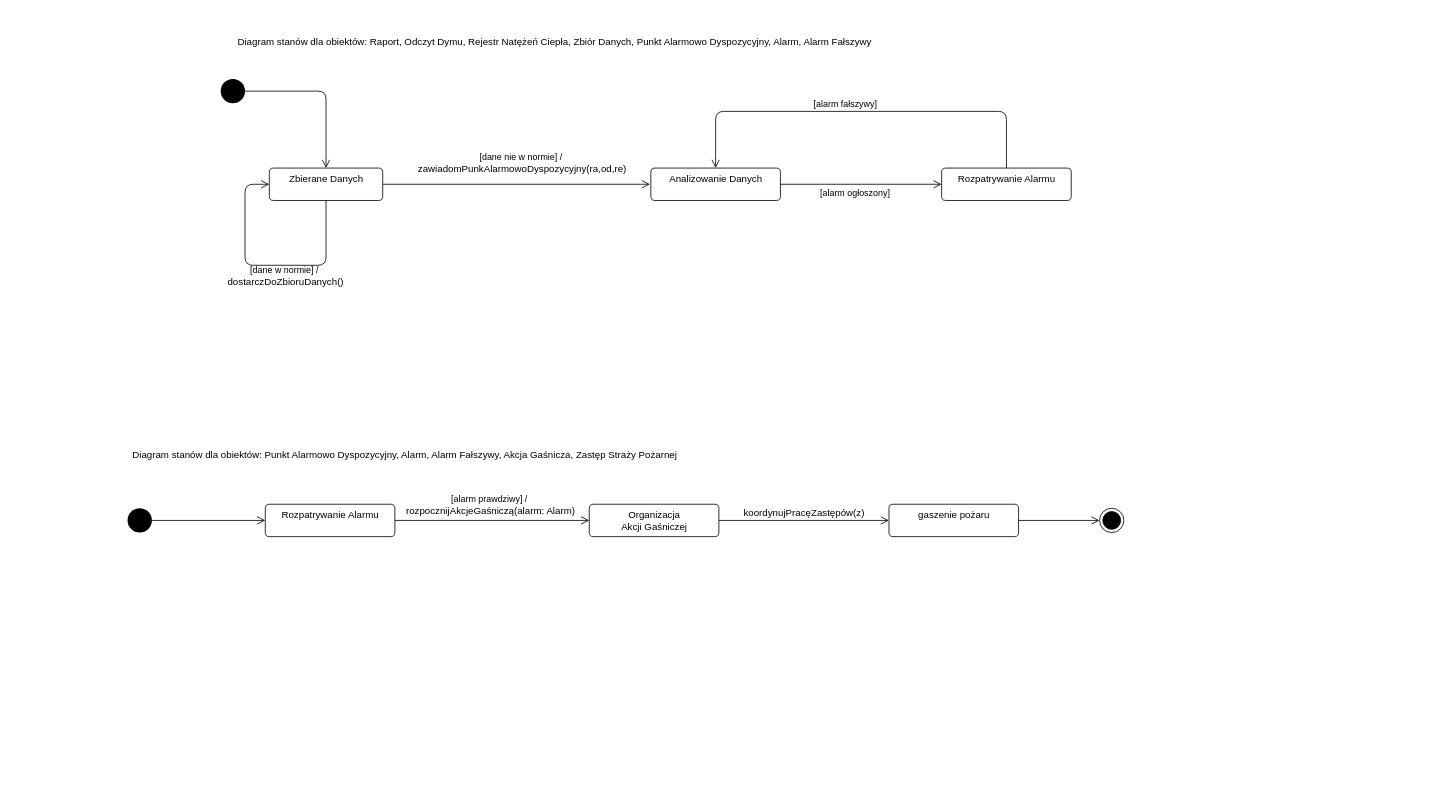
The draw.io diagram page "stany" (4 of 5) of uml_pozar_lasu.drawio in broniuu/projekt_inzynieria, before the edit. Source tidied: cells renumbered, new cells numbered last; positions are measured from the earlier drawing's top-left corner, leaving out a move shared by most shapes. Both pictures are drawn from the tidied source at 81%, with x=0, y=0 at pixel (127, 30).
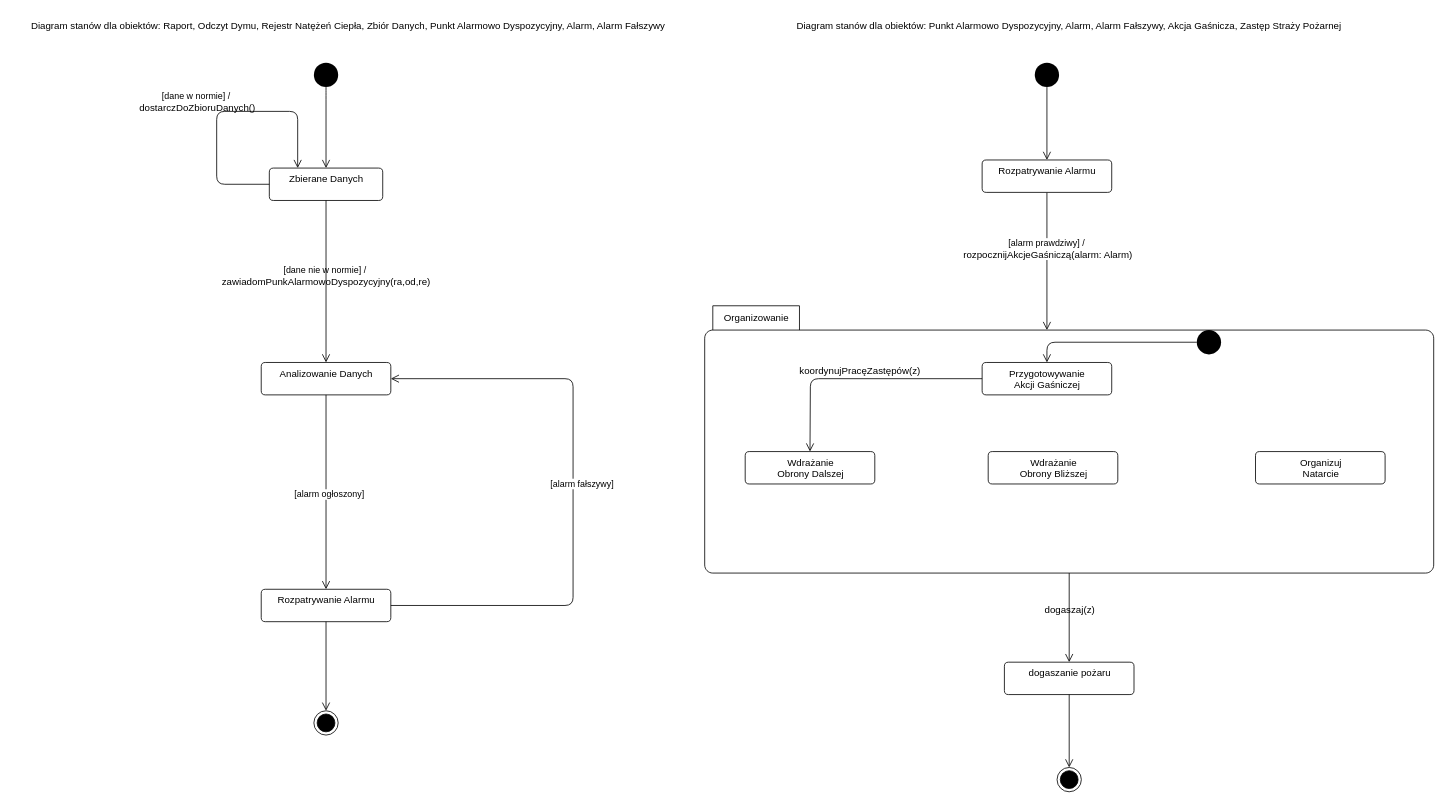
The same page after the edit.

The change refers to these unchanged cells:
```xml
<mxCell id="3" value="Zbierane Danych" style="html=1;align=center;verticalAlign=top;rounded=1;absoluteArcSize=1;arcSize=10;dashed=0;" parent="1" vertex="1">
  <mxGeometry x="175" y="170" width="140" height="40" as="geometry" />
</mxCell>
```

The edit, as a diff of the source:
```diff
@@
+    <mxCell id="25" value="Organizowanie" style="shape=folder;align=center;verticalAlign=middle;fontStyle=0;tabWidth=117;tabHeight=30;tabPosition=left;html=1;boundedLbl=1;labelInHeader=1;rounded=1;absoluteArcSize=1;arcSize=10;" parent="1" vertex="1">
+      <mxGeometry x="712.5" y="340" width="900" height="330" as="geometry" />
+    </mxCell>
     <mxCell id="2" style="ellipse;fillColor=#000000;strokeColor=none;" parent="1" vertex="1">
-      <mxGeometry x="115" y="60" width="30" height="30" as="geometry" />
+      <mxGeometry x="230" y="40" width="30" height="30" as="geometry" />
     </mxCell>
@@
-    <mxCell id="4" style="endArrow=open;startArrow=none;endFill=0;startFill=0;endSize=8;html=1;verticalAlign=bottom;labelBackgroundColor=none;strokeWidth=1;exitX=1;exitY=0.5;exitDx=0;exitDy=0;entryX=0.5;entryY=0;entryDx=0;entryDy=0;" parent="1" edge="1" source="2" target="3">
+    <mxCell id="4" style="endArrow=open;startArrow=none;endFill=0;startFill=0;endSize=8;html=1;verticalAlign=bottom;labelBackgroundColor=none;strokeWidth=1;exitX=0.5;exitY=1;exitDx=0;exitDy=0;entryX=0.5;entryY=0;entryDx=0;entryDy=0;" parent="1" edge="1" source="2" target="3">
       <mxGeometry relative="1" as="geometry">
         <Array as="points">
           <mxPoint x="245" y="75" />
         </Array>
       </mxGeometry>
     </mxCell>
     <mxCell id="5" value="Analizowanie Danych" style="html=1;align=center;verticalAlign=top;rounded=1;absoluteArcSize=1;arcSize=10;dashed=0;" parent="1" vertex="1">
-      <mxGeometry x="646" y="170" width="160" height="40" as="geometry" />
+      <mxGeometry x="165" y="410" width="160" height="40" as="geometry" />
     </mxCell>
-    <mxCell id="6" value="[dane nie w normie] /&amp;nbsp;&lt;br&gt;&lt;span style=&quot;font-size: 12px ; text-align: left&quot;&gt;zawiadomPunkAlarmowoDyspozycyjny(&lt;/span&gt;&lt;span style=&quot;font-size: 12px ; text-align: left&quot;&gt;ra,&lt;/span&gt;&lt;span style=&quot;font-size: 12px ; text-align: left&quot;&gt;od,&lt;/span&gt;&lt;span style=&quot;font-size: 12px ; text-align: left&quot;&gt;re)&lt;/span&gt;" style="endArrow=open;startArrow=none;endFill=0;startFill=0;endSize=8;html=1;verticalAlign=bottom;labelBackgroundColor=none;strokeWidth=1;exitX=1;exitY=0.5;exitDx=0;exitDy=0;" parent="1" edge="1" source="3">
-      <mxGeometry x="0.04" y="10" relative="1" as="geometry">
-        <mxPoint x="645" y="190" as="targetPoint" />
-      </mxGeometry>
+    <mxCell id="6" value="[dane nie w normie] /&amp;nbsp;&lt;br&gt;&lt;span style=&quot;font-size: 12px ; text-align: left&quot;&gt;zawiadomPunkAlarmowoDyspozycyjny(&lt;/span&gt;&lt;span style=&quot;font-size: 12px ; text-align: left&quot;&gt;ra,&lt;/span&gt;&lt;span style=&quot;font-size: 12px ; text-align: left&quot;&gt;od,&lt;/span&gt;&lt;span style=&quot;font-size: 12px ; text-align: left&quot;&gt;re)&lt;/span&gt;" style="endArrow=open;startArrow=none;endFill=0;startFill=0;endSize=8;html=1;verticalAlign=bottom;labelBackgroundColor=none;strokeWidth=1;exitX=0.5;exitY=1;exitDx=0;exitDy=0;entryX=0.5;entryY=0;entryDx=0;entryDy=0;" parent="1" edge="1" source="3" target="5">
+      <mxGeometry x="0.1" relative="1" as="geometry" />
     </mxCell>
     <mxCell id="7" value="Rozpatrywanie Alarmu" style="html=1;align=center;verticalAlign=top;rounded=1;absoluteArcSize=1;arcSize=10;dashed=0;" parent="1" vertex="1">
-      <mxGeometry x="1005" y="170" width="160" height="40" as="geometry" />
+      <mxGeometry x="165" y="690" width="160" height="40" as="geometry" />
     </mxCell>
-    <mxCell id="8" style="endArrow=open;startArrow=none;endFill=0;startFill=0;endSize=8;html=1;verticalAlign=bottom;labelBackgroundColor=none;strokeWidth=1;exitX=1;exitY=0.5;exitDx=0;exitDy=0;" parent="1" edge="1" source="5">
-      <mxGeometry relative="1" as="geometry">
-        <mxPoint x="1005" y="190" as="targetPoint" />
-      </mxGeometry>
+    <mxCell id="8" style="endArrow=open;startArrow=none;endFill=0;startFill=0;endSize=8;html=1;verticalAlign=bottom;labelBackgroundColor=none;strokeWidth=1;exitX=0.5;exitY=1;exitDx=0;exitDy=0;entryX=0.5;entryY=0;entryDx=0;entryDy=0;" parent="1" edge="1" source="5" target="7">
+      <mxGeometry relative="1" as="geometry" />
     </mxCell>
@@
-    <mxCell id="10" value="[dane w normie] /&amp;nbsp;&lt;br&gt;&lt;span style=&quot;font-size: 12px ; text-align: left&quot;&gt;dostarczDoZbioruDanych()&lt;/span&gt;" style="endArrow=open;startArrow=none;endFill=0;startFill=0;endSize=8;html=1;verticalAlign=bottom;labelBackgroundColor=none;strokeWidth=1;exitX=0.5;exitY=1;exitDx=0;exitDy=0;entryX=0;entryY=0.5;entryDx=0;entryDy=0;" parent="1" edge="1" source="3" target="3">
-      <mxGeometry x="-0.16" y="30" relative="1" as="geometry">
+    <mxCell id="10" value="[dane w normie] /&amp;nbsp;&lt;br&gt;&lt;span style=&quot;font-size: 12px ; text-align: left&quot;&gt;dostarczDoZbioruDanych()&lt;/span&gt;" style="endArrow=open;startArrow=none;endFill=0;startFill=0;endSize=8;html=1;verticalAlign=bottom;labelBackgroundColor=none;strokeWidth=1;exitX=0;exitY=0.5;exitDx=0;exitDy=0;entryX=0.25;entryY=0;entryDx=0;entryDy=0;" parent="1" edge="1" source="3" target="3">
+      <mxGeometry x="-0.05" y="14" relative="1" as="geometry">
         <Array as="points">
-          <mxPoint x="245" y="290" />
-          <mxPoint x="145" y="290" />
-          <mxPoint x="145" y="190" />
+          <mxPoint x="110" y="190" />
+          <mxPoint x="110" y="100" />
+          <mxPoint x="210" y="100" />
         </Array>
+        <mxPoint x="-10" y="4" as="offset" />
       </mxGeometry>
     </mxCell>
-    <mxCell id="11" style="endArrow=open;startArrow=none;endFill=0;startFill=0;endSize=8;html=1;verticalAlign=bottom;labelBackgroundColor=none;strokeWidth=1;exitX=1;exitY=0.5;exitDx=0;exitDy=0;entryX=0;entryY=0.5;entryDx=0;entryDy=0;" parent="1" edge="1" source="16" target="13">
-      <mxGeometry relative="1" as="geometry" />
+    <mxCell id="11" style="endArrow=open;startArrow=none;endFill=0;startFill=0;endSize=8;html=1;verticalAlign=bottom;labelBackgroundColor=none;strokeWidth=1;exitX=0.5;exitY=1;exitDx=0;exitDy=0;" parent="1" edge="1" source="16">
+      <mxGeometry relative="1" as="geometry">
+        <mxPoint x="1135" y="370" as="targetPoint" />
+      </mxGeometry>
     </mxCell>
     <mxCell id="12" value="[alarm prawdziwy] /&amp;nbsp;&lt;br&gt;&lt;span style=&quot;font-size: 12px ; text-align: left&quot;&gt;rozpocznijAkcjeGaśniczą(alarm: Alarm)&lt;/span&gt;" style="edgeLabel;html=1;align=center;verticalAlign=middle;" parent="11" vertex="1">
       <mxGeometry x="-0.23" y="3" relative="1" as="geometry">
-        <mxPoint x="25" y="-17" as="offset" />
+        <mxPoint x="-3" y="4" as="offset" />
       </mxGeometry>
     </mxCell>
-    <mxCell id="13" value="Organizacja&lt;br&gt;Akcji Gaśniczej" style="html=1;align=center;verticalAlign=top;rounded=1;absoluteArcSize=1;arcSize=10;dashed=0;" parent="1" vertex="1">
-      <mxGeometry x="570" y="585" width="160" height="40" as="geometry" />
+    <mxCell id="13" value="Przygotowywanie&lt;br&gt;Akcji Gaśniczej" style="html=1;align=center;verticalAlign=top;rounded=1;absoluteArcSize=1;arcSize=10;dashed=0;" parent="1" vertex="1">
+      <mxGeometry x="1055" y="410" width="160" height="40" as="geometry" />
     </mxCell>
-    <mxCell id="14" value="&lt;span style=&quot;font-size: 12px ; text-align: left&quot;&gt;koordynujPracęZastępów(&lt;/span&gt;&lt;span style=&quot;font-size: 12px ; text-align: left&quot;&gt;z)&lt;/span&gt;" style="endArrow=open;startArrow=none;endFill=0;startFill=0;endSize=8;html=1;verticalAlign=bottom;labelBackgroundColor=none;strokeWidth=1;exitX=1;exitY=0.5;exitDx=0;exitDy=0;entryX=0;entryY=0.5;entryDx=0;entryDy=0;" parent="1" edge="1" source="13" target="15">
+    <mxCell id="14" value="&lt;span style=&quot;font-size: 12px ; text-align: left&quot;&gt;dogaszaj(&lt;/span&gt;&lt;span style=&quot;font-size: 12px ; text-align: left&quot;&gt;z)&lt;/span&gt;" style="endArrow=open;startArrow=none;endFill=0;startFill=0;endSize=8;html=1;verticalAlign=bottom;labelBackgroundColor=none;strokeWidth=1;exitX=0.5;exitY=1;exitDx=0;exitDy=0;exitPerimeter=0;entryX=0.5;entryY=0;entryDx=0;entryDy=0;" parent="1" edge="1" source="25" target="15">
       <mxGeometry relative="1" as="geometry" />
     </mxCell>
-    <mxCell id="15" value="gaszenie pożaru" style="html=1;align=center;verticalAlign=top;rounded=1;absoluteArcSize=1;arcSize=10;dashed=0;" parent="1" vertex="1">
-      <mxGeometry x="940" y="585" width="160" height="40" as="geometry" />
+    <mxCell id="15" value="dogaszanie pożaru" style="html=1;align=center;verticalAlign=top;rounded=1;absoluteArcSize=1;arcSize=10;dashed=0;" parent="1" vertex="1">
+      <mxGeometry x="1082.5" y="780" width="160" height="40" as="geometry" />
     </mxCell>
     <mxCell id="16" value="Rozpatrywanie Alarmu" style="html=1;align=center;verticalAlign=top;rounded=1;absoluteArcSize=1;arcSize=10;dashed=0;" parent="1" vertex="1">
-      <mxGeometry x="170" y="585" width="160" height="40" as="geometry" />
+      <mxGeometry x="1055" y="160" width="160" height="40" as="geometry" />
     </mxCell>
     <mxCell id="17" style="ellipse;fillColor=#000000;strokeColor=none;" parent="1" vertex="1">
-      <mxGeometry y="590" width="30" height="30" as="geometry" />
+      <mxGeometry x="1120" y="40" width="30" height="30" as="geometry" />
     </mxCell>
-    <mxCell id="18" style="endArrow=open;startArrow=none;endFill=0;startFill=0;endSize=8;html=1;verticalAlign=bottom;labelBackgroundColor=none;strokeWidth=1;exitX=1;exitY=0.5;exitDx=0;exitDy=0;entryX=0;entryY=0.5;entryDx=0;entryDy=0;" parent="1" edge="1" source="17" target="16">
+    <mxCell id="18" style="endArrow=open;startArrow=none;endFill=0;startFill=0;endSize=8;html=1;verticalAlign=bottom;labelBackgroundColor=none;strokeWidth=1;exitX=0.5;exitY=1;exitDx=0;exitDy=0;entryX=0.5;entryY=0;entryDx=0;entryDy=0;" parent="1" edge="1" source="17" target="16">
       <mxGeometry relative="1" as="geometry" />
     </mxCell>
-    <mxCell id="19" value="&lt;font color=&quot;#ba0000&quot; face=&quot;monospace&quot;&gt;&lt;span style=&quot;font-size: 0px&quot;&gt;Alarm Prawdziw&lt;/span&gt;&lt;/font&gt;" style="endArrow=open;startArrow=none;endFill=0;startFill=0;endSize=8;html=1;verticalAlign=bottom;labelBackgroundColor=none;strokeWidth=1;exitX=0.5;exitY=0;exitDx=0;exitDy=0;entryX=0.5;entryY=0;entryDx=0;entryDy=0;" parent="1" edge="1" source="7" target="5">
+    <mxCell id="19" value="&lt;font color=&quot;#ba0000&quot; face=&quot;monospace&quot;&gt;&lt;span style=&quot;font-size: 0px&quot;&gt;Alarm Prawdziw&lt;/span&gt;&lt;/font&gt;" style="endArrow=open;startArrow=none;endFill=0;startFill=0;endSize=8;html=1;verticalAlign=bottom;labelBackgroundColor=none;strokeWidth=1;exitX=1;exitY=0.5;exitDx=0;exitDy=0;entryX=1;entryY=0.5;entryDx=0;entryDy=0;" parent="1" edge="1" source="7" target="5">
       <mxGeometry relative="1" as="geometry">
         <Array as="points">
-          <mxPoint x="1085" y="100" />
-          <mxPoint x="726" y="100" />
+          <mxPoint x="550" y="710" />
+          <mxPoint x="550" y="430" />
         </Array>
       </mxGeometry>
     </mxCell>
     <mxCell id="20" value="[alarm fałszywy]" style="edgeLabel;html=1;align=center;verticalAlign=middle;" parent="19" vertex="1">
       <mxGeometry x="0.21" y="5" relative="1" as="geometry">
-        <mxPoint x="32" y="-15" as="offset" />
+        <mxPoint x="15" y="66" as="offset" />
       </mxGeometry>
     </mxCell>
     <mxCell id="21" style="ellipse;html=1;shape=endState;fillColor=#000000;strokeColor=#000000;" parent="1" vertex="1">
-      <mxGeometry x="1200" y="590" width="30" height="30" as="geometry" />
+      <mxGeometry x="1147.5" y="910" width="30" height="30" as="geometry" />
     </mxCell>
-    <mxCell id="22" style="endArrow=open;startArrow=none;endFill=0;startFill=0;endSize=8;html=1;verticalAlign=bottom;labelBackgroundColor=none;strokeWidth=1;exitX=1;exitY=0.5;exitDx=0;exitDy=0;entryX=0;entryY=0.5;entryDx=0;entryDy=0;" parent="1" edge="1" source="15" target="21">
+    <mxCell id="22" style="endArrow=open;startArrow=none;endFill=0;startFill=0;endSize=8;html=1;verticalAlign=bottom;labelBackgroundColor=none;strokeWidth=1;exitX=0.5;exitY=1;exitDx=0;exitDy=0;entryX=0.5;entryY=0;entryDx=0;entryDy=0;" parent="1" edge="1" source="15" target="21">
       <mxGeometry relative="1" as="geometry" />
     </mxCell>
     <mxCell id="23" value="Diagram stanów dla obiektów: Raport, Odczyt Dymu, Rejestr Natężeń Ciepła, Zbiór Danych, Punkt Alarmowo Dyspozycyjny, Alarm, Alarm Fałszywy" style="text;html=1;strokeColor=none;fillColor=none;align=center;verticalAlign=middle;whiteSpace=wrap;rounded=0;" parent="1" vertex="1">
-      <mxGeometry x="115" width="825" height="30" as="geometry" />
+      <mxGeometry x="-140" y="-20" width="825" height="30" as="geometry" />
     </mxCell>
     <mxCell id="24" value="Diagram stanów dla obiektów: Punkt Alarmowo Dyspozycyjny, Alarm, Alarm Fałszywy, Akcja Gaśnicza, Zastęp Straży Pożarnej" style="text;html=1;strokeColor=none;fillColor=none;align=center;verticalAlign=middle;whiteSpace=wrap;rounded=0;" parent="1" vertex="1">
-      <mxGeometry y="510" width="685" height="30" as="geometry" />
+      <mxGeometry x="820" y="-20" width="685" height="30" as="geometry" />
     </mxCell>
+    <mxCell id="26" style="ellipse;html=1;shape=endState;fillColor=#000000;strokeColor=#000000;" parent="1" vertex="1">
+      <mxGeometry x="230" y="840" width="30" height="30" as="geometry" />
+    </mxCell>
+    <mxCell id="27" style="endArrow=open;startArrow=none;endFill=0;startFill=0;endSize=8;html=1;verticalAlign=bottom;labelBackgroundColor=none;strokeWidth=1;exitX=0.5;exitY=1;exitDx=0;exitDy=0;entryX=0.5;entryY=0;entryDx=0;entryDy=0;" parent="1" edge="1" source="7" target="26">
+      <mxGeometry relative="1" as="geometry" />
+    </mxCell>
+    <mxCell id="28" value="Wdrażanie&lt;br&gt;Obrony Bliższej" style="html=1;align=center;verticalAlign=top;rounded=1;absoluteArcSize=1;arcSize=10;dashed=0;" parent="1" vertex="1">
+      <mxGeometry x="1062.5" y="520" width="160" height="40" as="geometry" />
+    </mxCell>
+    <mxCell id="29" value="Wdrażanie&lt;br&gt;Obrony Dalszej" style="html=1;align=center;verticalAlign=top;rounded=1;absoluteArcSize=1;arcSize=10;dashed=0;" parent="1" vertex="1">
+      <mxGeometry x="762.5" y="520" width="160" height="40" as="geometry" />
+    </mxCell>
+    <mxCell id="30" value="Organizuj&lt;br&gt;Natarcie" style="html=1;align=center;verticalAlign=top;rounded=1;absoluteArcSize=1;arcSize=10;dashed=0;" parent="1" vertex="1">
+      <mxGeometry x="1392.5" y="520" width="160" height="40" as="geometry" />
+    </mxCell>
+    <mxCell id="31" style="ellipse;fillColor=#000000;strokeColor=none;" parent="1" vertex="1">
+      <mxGeometry x="1320" y="370" width="30" height="30" as="geometry" />
+    </mxCell>
+    <mxCell id="32" value="&lt;span style=&quot;font-size: 12px ; text-align: left&quot;&gt;koordynujPracęZastępów(&lt;/span&gt;&lt;span style=&quot;font-size: 12px ; text-align: left&quot;&gt;z)&lt;/span&gt;" style="endArrow=open;startArrow=none;endFill=0;startFill=0;endSize=8;html=1;verticalAlign=bottom;labelBackgroundColor=none;strokeWidth=1;exitX=0;exitY=0.5;exitDx=0;exitDy=0;entryX=0.5;entryY=0;entryDx=0;entryDy=0;" parent="1" edge="1" source="13" target="29">
+      <mxGeometry relative="1" as="geometry">
+        <Array as="points">
+          <mxPoint x="843" y="430" />
+        </Array>
+      </mxGeometry>
+    </mxCell>
+    <mxCell id="33" style="endArrow=open;startArrow=none;endFill=0;startFill=0;endSize=8;html=1;verticalAlign=bottom;labelBackgroundColor=none;strokeWidth=1;exitX=0;exitY=0.5;exitDx=0;exitDy=0;entryX=0.5;entryY=0;entryDx=0;entryDy=0;" parent="1" edge="1" source="31" target="13">
+      <mxGeometry relative="1" as="geometry">
+        <Array as="points">
+          <mxPoint x="1135" y="385" />
+        </Array>
+      </mxGeometry>
+    </mxCell>
```
